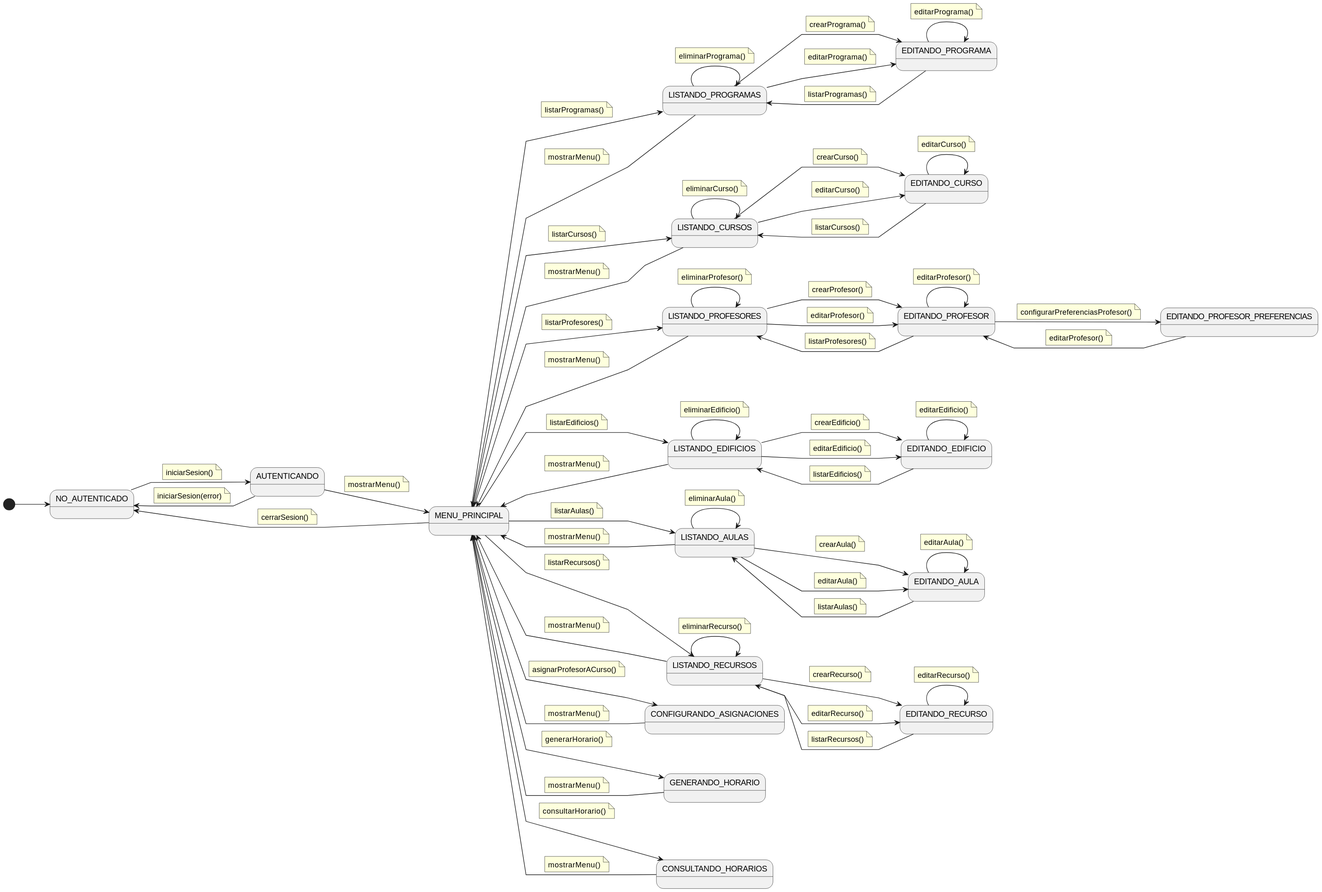
This is images/RUP/00-casos-uso/01-actores-casos-uso/diagrama-contexto-administrador.svg from Hexcss/scheduler, a PlantUML export, as it was before one commit.
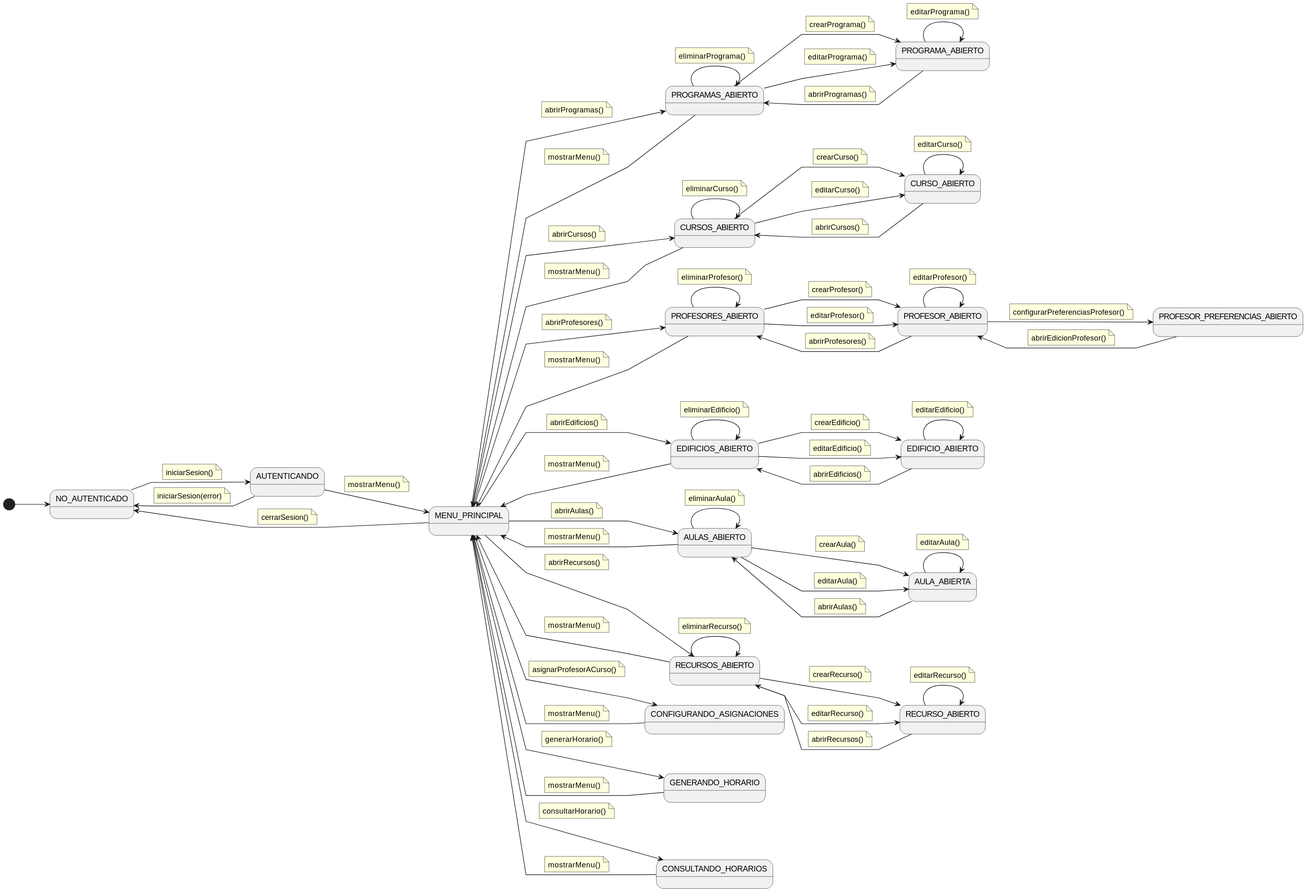
After the change.

Commit message:
refactor: ajuste del diagrama de contexto a sugerencia de LFM Queda pendiente ajustar los demás artefactos

Change to the diagram source:
```diff
@@ -6,19 +6,19 @@
 state "AUTENTICANDO" as PreMenu
 state "MENU_PRINCIPAL" as Menu
 
-state "LISTANDO_PROGRAMAS" as ListProgramas
-state "EDITANDO_PROGRAMA" as EditPrograma
-state "LISTANDO_CURSOS" as ListCursos
-state "EDITANDO_CURSO" as EditCurso
-state "LISTANDO_PROFESORES" as ListProfesores
-state "EDITANDO_PROFESOR" as EditProfesor
-state "EDITANDO_PROFESOR_PREFERENCIAS" as EditProfesorPreferencias
-state "LISTANDO_EDIFICIOS" as ListEdificios
-state "EDITANDO_EDIFICIO" as EditEdificio
-state "LISTANDO_AULAS" as ListAulas
-state "EDITANDO_AULA" as EditAula
-state "LISTANDO_RECURSOS" as ListRecursos
-state "EDITANDO_RECURSO" as EditRecurso
+state "PROGRAMAS_ABIERTO" as ListProgramas
+state "PROGRAMA_ABIERTO" as EditPrograma
+state "CURSOS_ABIERTO" as ListCursos
+state "CURSO_ABIERTO" as EditCurso
+state "PROFESORES_ABIERTO" as ListProfesores
+state "PROFESOR_ABIERTO" as EditProfesor
+state "PROFESOR_PREFERENCIAS_ABIERTO" as EditProfesorPreferencias
+state "EDIFICIOS_ABIERTO" as ListEdificios
+state "EDIFICIO_ABIERTO" as EditEdificio
+state "AULAS_ABIERTO" as ListAulas
+state "AULA_ABIERTA" as EditAula
+state "RECURSOS_ABIERTO" as ListRecursos
+state "RECURSO_ABIERTO" as EditRecurso
 
 state "CONFIGURANDO_ASIGNACIONES" as Asignaciones
 state "GENERANDO_HORARIO" as Generacion
@@ -48,32 +48,32 @@
 
 Menu --> ListProgramas
     note on link
-        listarProgramas()
+        abrirProgramas()
     end note
 
 Menu --> ListCursos
     note on link
-        listarCursos()
+        abrirCursos()
     end note
 
 Menu --> ListProfesores
     note on link
-        listarProfesores()
+        abrirProfesores()
     end note
 
 Menu --> ListEdificios
     note on link
-        listarEdificios()
+        abrirEdificios()
     end note
 
 Menu --> ListAulas
     note on link
-        listarAulas()
+        abrirAulas()
     end note
 
 Menu --> ListRecursos
     note on link
-        listarRecursos()
+        abrirRecursos()
     end note
 
 Menu --> Asignaciones
@@ -113,7 +113,7 @@
 
 EditPrograma --> ListProgramas
     note on link
-        listarProgramas()
+        abrirProgramas()
     end note
 
 ListCursos --> EditCurso
@@ -138,7 +138,7 @@
 
 EditCurso --> ListCursos
     note on link
-        listarCursos()
+        abrirCursos()
     end note
 
 ListProfesores --> EditProfesor
@@ -168,12 +168,12 @@
 
 EditProfesorPreferencias --> EditProfesor
     note on link
-        editarProfesor()
+        abrirEdicionProfesor()
     end note
 
 EditProfesor --> ListProfesores
     note on link
-        listarProfesores()
+        abrirProfesores()
     end note
 
 ListEdificios --> EditEdificio
@@ -198,7 +198,7 @@
 
 EditEdificio --> ListEdificios
     note on link
-        listarEdificios()
+        abrirEdificios()
     end note
 
 ListAulas --> EditAula
@@ -223,7 +223,7 @@
 
 EditAula --> ListAulas
     note on link
-        listarAulas()
+        abrirAulas()
     end note
 
 ListRecursos --> EditRecurso
@@ -248,7 +248,7 @@
 
 EditRecurso --> ListRecursos
     note on link
-        listarRecursos()
+        abrirRecursos()
     end note
 
 ListProgramas --> Menu
```
